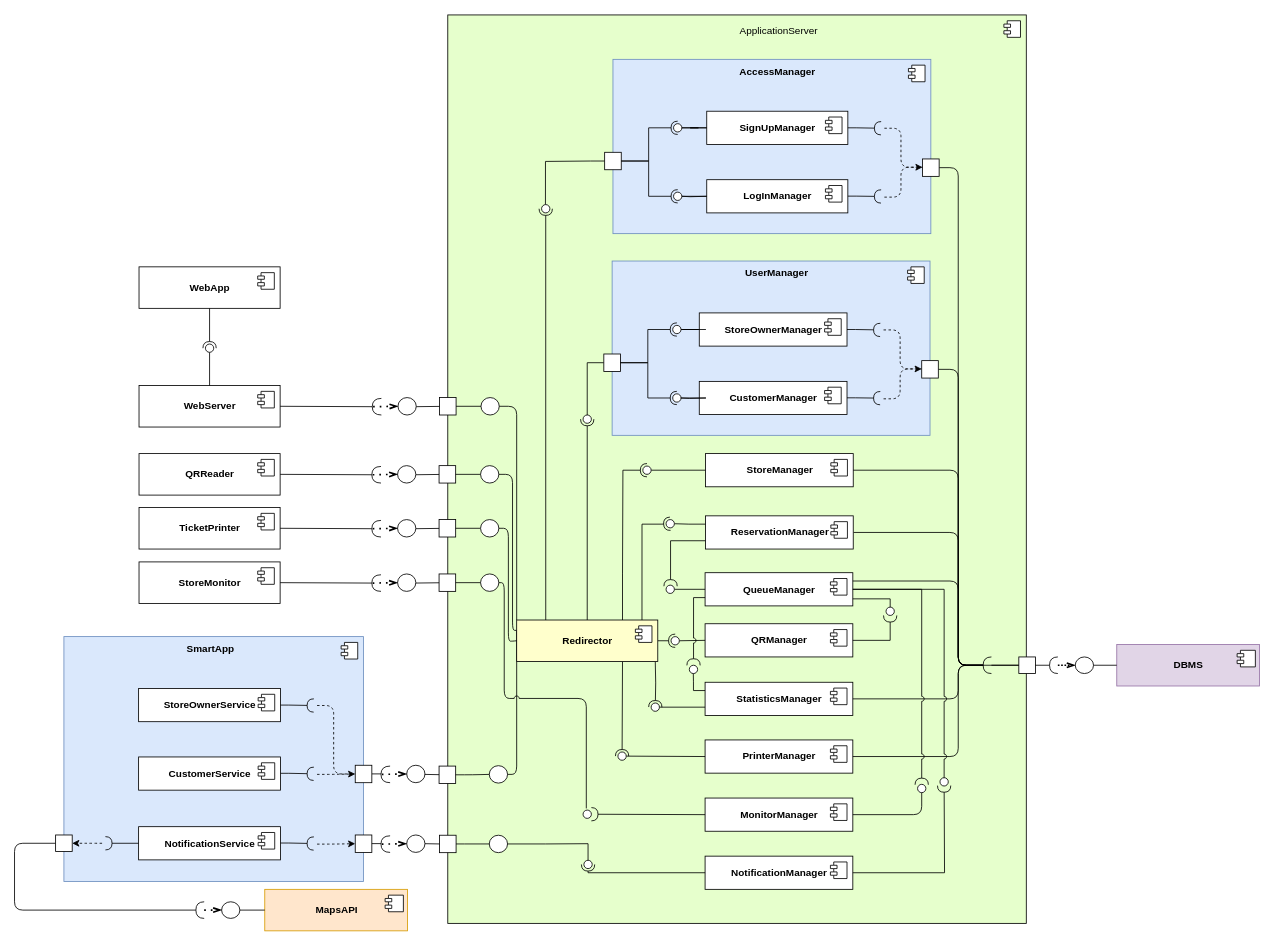
StefanoAzzone/AbelliAzzone keeps this draw.io diagram as DD/Images/Component.drawio. Above is the earlier version. Source tidied: cells renumbered, new cells numbered last; positions are measured from the earlier drawing's top-left corner, leaving out a move shared by most shapes. Both pictures are drawn from the tidied source at 83%, with x=0, y=0 at pixel (14, 14).
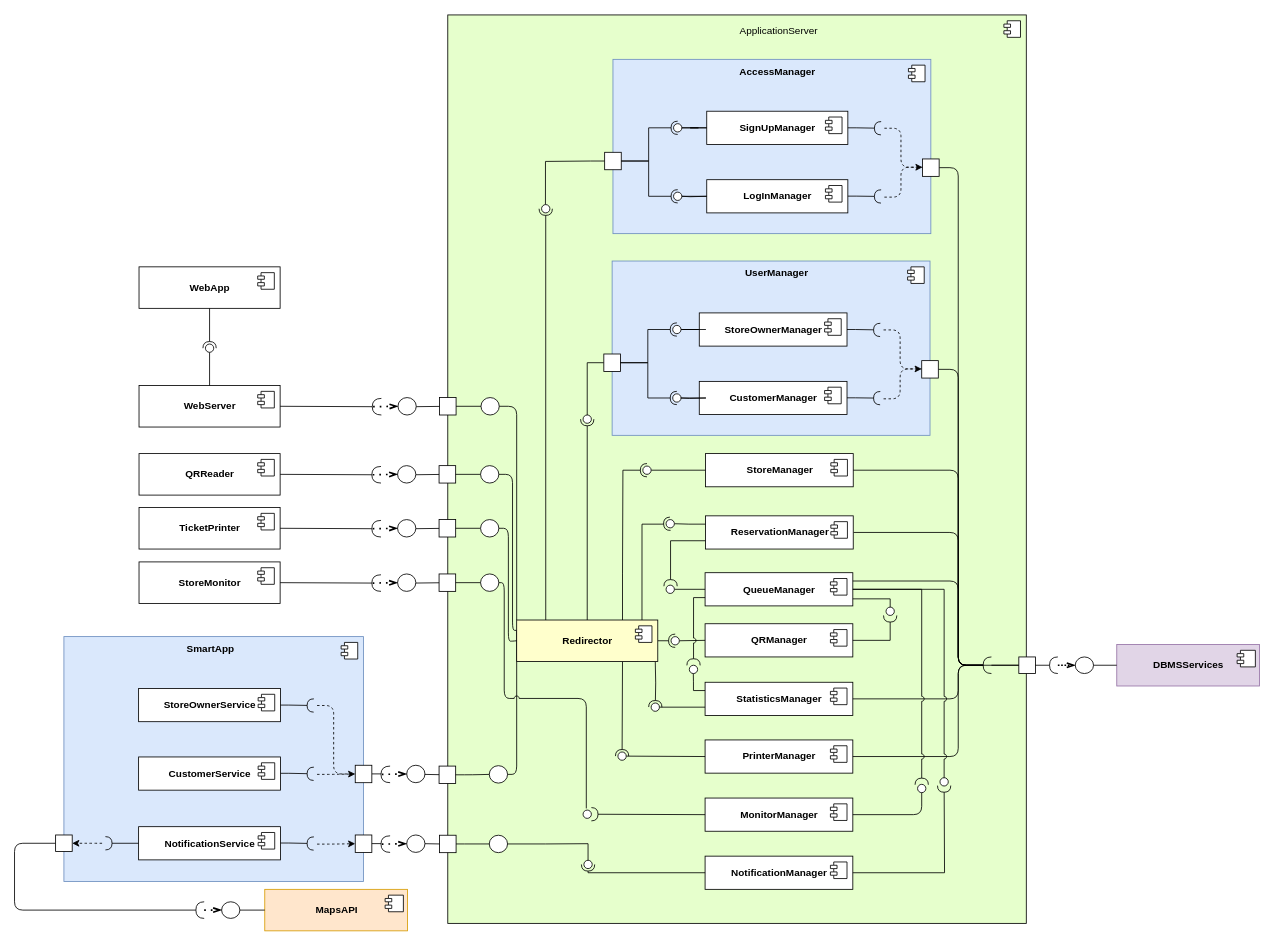
Above is the later version.

What changed in the source:
```diff
@@
-    <mxCell id="11" value="&lt;b&gt;DBMS&lt;/b&gt;" style="html=1;fillColor=#e1d5e7;strokeColor=#9673a6;" parent="1" vertex="1">
+    <mxCell id="11" value="&lt;b&gt;DBMSServices&lt;/b&gt;" style="html=1;fillColor=#e1d5e7;strokeColor=#9673a6;" parent="1" vertex="1">
       <mxGeometry x="1328" y="759" width="172" height="50" as="geometry" />
     </mxCell>
```
